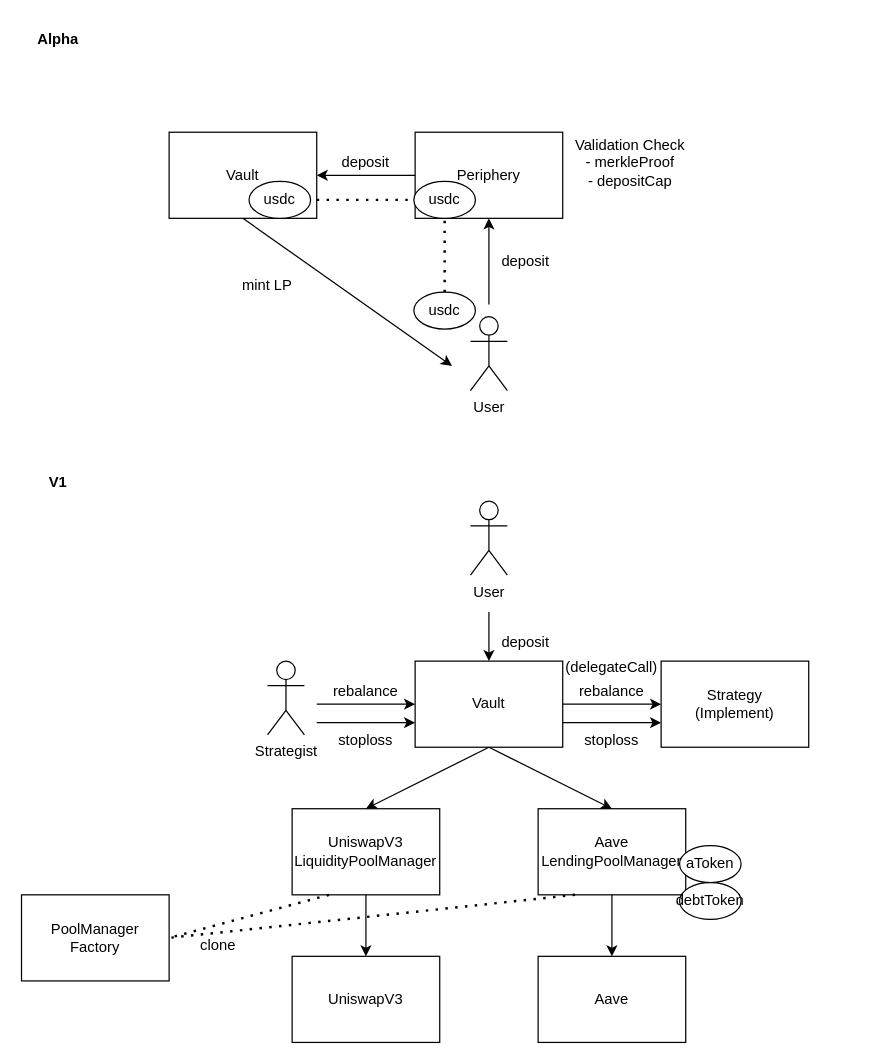
This is page "Overview" (1 of 2) of contracts/overview.drawio from orange-finance/alpha-contract, a draw.io file, before an edit. Source tidied: cells renumbered, new cells numbered last; positions are measured from the earlier drawing's top-left corner, leaving out a move shared by most shapes. Both pictures are drawn from the tidied source at 123%, with x=0, y=0 at pixel (21, 21).
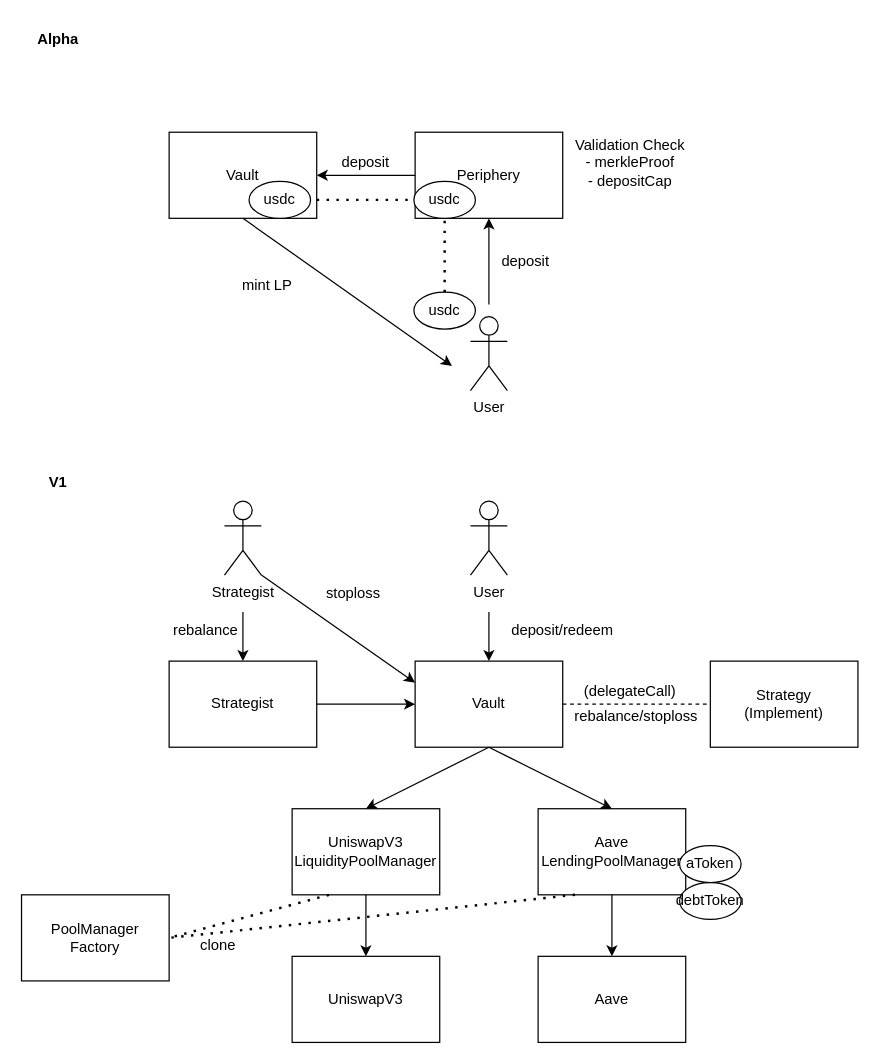
The same diagram, later.

Unchanged cells that the change refers to:
```xml
<mxCell id="23" value="Vault" style="rounded=0;whiteSpace=wrap;html=1;" parent="1" vertex="1">
  <mxGeometry x="320" y="520" width="120" height="70" as="geometry" />
</mxCell>
```

Diff of the diagram source:
```diff
@@
-    <mxCell id="25" style="endArrow=classic;html=1;entryX=0;entryY=1;entryDx=0;entryDy=0;" parent="1" edge="1" target="26">
+    <mxCell id="25" style="endArrow=classic;html=1;entryX=0.5;entryY=0;entryDx=0;entryDy=0;" parent="1" edge="1" target="23">
       <mxGeometry relative="1" as="geometry">
         <mxPoint x="380" y="480" as="sourcePoint" />
       </mxGeometry>
     </mxCell>
-    <mxCell id="26" value="deposit" style="text;html=1;strokeColor=none;fillColor=none;align=center;verticalAlign=middle;whiteSpace=wrap;rounded=0;" parent="1" vertex="1">
-      <mxGeometry x="380" y="490" width="60" height="30" as="geometry" />
+    <mxCell id="26" value="deposit/redeem" style="text;html=1;strokeColor=none;fillColor=none;align=center;verticalAlign=middle;whiteSpace=wrap;rounded=0;" parent="1" vertex="1">
+      <mxGeometry x="390" y="480" width="100" height="30" as="geometry" />
     </mxCell>
@@
-    <mxCell id="29" value="rebalance" style="text;html=1;strokeColor=none;fillColor=none;align=center;verticalAlign=middle;whiteSpace=wrap;rounded=0;" parent="1" vertex="1">
-      <mxGeometry x="250" y="530" width="60" height="30" as="geometry" />
-    </mxCell>
     <mxCell id="30" value="Strategist" style="shape=umlActor;verticalLabelPosition=bottom;verticalAlign=top;html=1;outlineConnect=0;" parent="1" vertex="1">
-      <mxGeometry x="200" y="520" width="30" height="60" as="geometry" />
+      <mxGeometry x="165" y="390" width="30" height="60" as="geometry" />
     </mxCell>
@@
     <mxCell id="50" value="Strategy&lt;br&gt;(Implement)" style="rounded=0;whiteSpace=wrap;html=1;" parent="1" vertex="1">
-      <mxGeometry x="520" y="520" width="120" height="70" as="geometry" />
+      <mxGeometry x="560" y="520" width="120" height="70" as="geometry" />
     </mxCell>
-    <mxCell id="51" style="endArrow=classic;html=1;entryX=0;entryY=0.5;entryDx=0;entryDy=0;exitX=1;exitY=0.5;exitDx=0;exitDy=0;" parent="1" edge="1">
-      <mxGeometry relative="1" as="geometry">
-        <mxPoint x="240" y="570" as="sourcePoint" />
-        <mxPoint x="320" y="570" as="targetPoint" />
-      </mxGeometry>
-    </mxCell>
-    <mxCell id="52" value="stoploss" style="text;html=1;strokeColor=none;fillColor=none;align=center;verticalAlign=middle;whiteSpace=wrap;rounded=0;" parent="1" vertex="1">
-      <mxGeometry x="250" y="570" width="60" height="30" as="geometry" />
-    </mxCell>
-    <mxCell id="53" style="endArrow=classic;html=1;entryX=0;entryY=0.5;entryDx=0;entryDy=0;exitX=1;exitY=0.5;exitDx=0;exitDy=0;" parent="1" edge="1">
-      <mxGeometry relative="1" as="geometry">
-        <mxPoint x="440" y="555" as="sourcePoint" />
-        <mxPoint x="520" y="555" as="targetPoint" />
-      </mxGeometry>
-    </mxCell>
     <mxCell id="54" value="rebalance" style="text;html=1;strokeColor=none;fillColor=none;align=center;verticalAlign=middle;whiteSpace=wrap;rounded=0;" parent="1" vertex="1">
-      <mxGeometry x="450" y="530" width="60" height="30" as="geometry" />
+      <mxGeometry x="120" y="480" width="60" height="30" as="geometry" />
     </mxCell>
-    <mxCell id="55" style="endArrow=classic;html=1;entryX=0;entryY=0.5;entryDx=0;entryDy=0;exitX=1;exitY=0.5;exitDx=0;exitDy=0;" parent="1" edge="1">
-      <mxGeometry relative="1" as="geometry">
-        <mxPoint x="440" y="570" as="sourcePoint" />
-        <mxPoint x="520" y="570" as="targetPoint" />
-      </mxGeometry>
-    </mxCell>
-    <mxCell id="56" value="stoploss" style="text;html=1;strokeColor=none;fillColor=none;align=center;verticalAlign=middle;whiteSpace=wrap;rounded=0;" parent="1" vertex="1">
-      <mxGeometry x="450" y="570" width="60" height="30" as="geometry" />
-    </mxCell>
     <mxCell id="57" value="(delegateCall)" style="text;html=1;strokeColor=none;fillColor=none;align=center;verticalAlign=middle;whiteSpace=wrap;rounded=0;" parent="1" vertex="1">
-      <mxGeometry x="450" y="510" width="60" height="30" as="geometry" />
+      <mxGeometry x="465" y="530" width="60" height="30" as="geometry" />
     </mxCell>
+    <mxCell id="58" style="endArrow=none;dashed=1;html=1;entryX=0;entryY=0.5;entryDx=0;entryDy=0;exitX=1;exitY=0.5;exitDx=0;exitDy=0;" parent="1" edge="1" source="23" target="50">
+      <mxGeometry relative="1" as="geometry" />
+    </mxCell>
+    <mxCell id="59" value="rebalance/stoploss" style="text;html=1;strokeColor=none;fillColor=none;align=center;verticalAlign=middle;whiteSpace=wrap;rounded=0;" parent="1" vertex="1">
+      <mxGeometry x="470" y="550" width="60" height="30" as="geometry" />
+    </mxCell>
+    <mxCell id="60" value="Strategist" style="rounded=0;whiteSpace=wrap;html=1;" parent="1" vertex="1">
+      <mxGeometry x="120" y="520" width="120" height="70" as="geometry" />
+    </mxCell>
+    <mxCell id="61" style="endArrow=classic;html=1;entryX=0.5;entryY=0;entryDx=0;entryDy=0;" parent="1" edge="1" target="60">
+      <mxGeometry relative="1" as="geometry">
+        <mxPoint x="180" y="480" as="sourcePoint" />
+      </mxGeometry>
+    </mxCell>
+    <mxCell id="62" value="stoploss" style="text;html=1;strokeColor=none;fillColor=none;align=center;verticalAlign=middle;whiteSpace=wrap;rounded=0;" parent="1" vertex="1">
+      <mxGeometry x="240" y="450" width="60" height="30" as="geometry" />
+    </mxCell>
+    <mxCell id="63" style="endArrow=classic;html=1;entryX=0;entryY=0.25;entryDx=0;entryDy=0;exitX=1;exitY=1;exitDx=0;exitDy=0;exitPerimeter=0;" parent="1" edge="1" source="30" target="23">
+      <mxGeometry relative="1" as="geometry" />
+    </mxCell>
```
